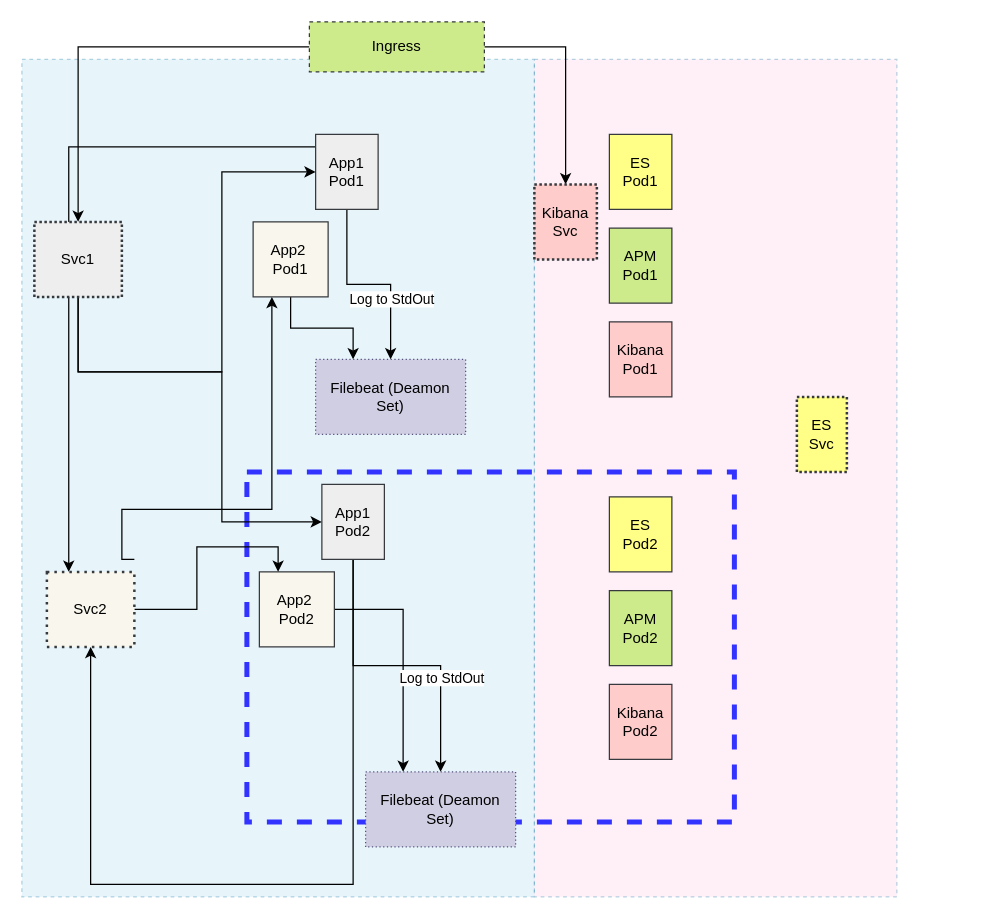
geoaxis/local-elastic-stack keeps this draw.io diagram as Untitled Diagram.drawio. Above is the earlier version. Source tidied: cells renumbered, new cells numbered last; positions are measured from the earlier drawing's top-left corner, leaving out a move shared by most shapes. Both pictures are drawn from the tidied source at 125%, with x=0, y=0 at pixel (21, 21).
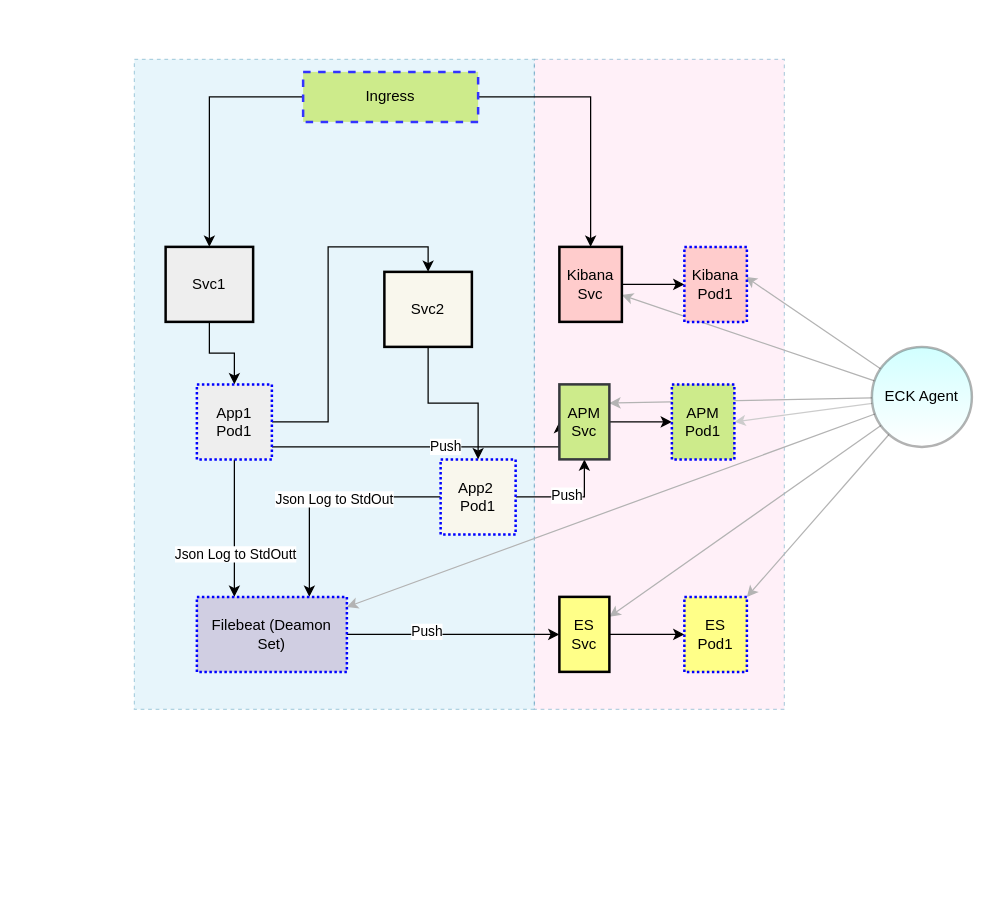
The same diagram, later.

The edit, as a diff of the source:
```diff
@@
     <mxCell id="2" style="rounded=0;whiteSpace=wrap;html=1;dashed=1;strokeColor=#10739e;opacity=30;fillColor=#FFCCE6;" parent="1" vertex="1">
-      <mxGeometry x="410" y="30" width="290" height="670" as="geometry" />
+      <mxGeometry x="410" y="30" width="200" height="520" as="geometry" />
     </mxCell>
     <mxCell id="3" style="rounded=0;whiteSpace=wrap;html=1;dashed=1;fillColor=#b1ddf0;strokeColor=#10739e;opacity=30;" parent="1" vertex="1">
-      <mxGeometry y="30" width="410" height="670" as="geometry" />
+      <mxGeometry x="90" y="30" width="320" height="520" as="geometry" />
     </mxCell>
-    <mxCell id="4" style="rounded=0;whiteSpace=wrap;html=1;dashed=1;fillColor=none;strokeWidth=4;strokeColor=#3333FF;" parent="1" vertex="1">
-      <mxGeometry x="180" y="360" width="390" height="280" as="geometry" />
-    </mxCell>
-    <mxCell id="5" style="edgeStyle=orthogonalEdgeStyle;rounded=0;jettySize=auto;html=1;entryX=0.25;entryY=0;entryDx=0;entryDy=0;" parent="1" edge="1" source="6" target="27">
-      <mxGeometry relative="1" as="geometry" />
-    </mxCell>
-    <mxCell id="6" value="App2&amp;nbsp;&lt;br&gt;Pod2" style="rounded=0;whiteSpace=wrap;html=1;fillColor=#f9f7ed;strokeColor=#36393d;" parent="1" vertex="1">
-      <mxGeometry x="190" y="440" width="60" height="60" as="geometry" />
-    </mxCell>
-    <mxCell id="7" style="edgeStyle=orthogonalEdgeStyle;rounded=0;jettySize=auto;html=1;" parent="1" edge="1" source="10" target="27">
-      <mxGeometry relative="1" as="geometry" />
-    </mxCell>
-    <mxCell id="8" value="Log to StdOut" style="edgeLabel;html=1;align=center;verticalAlign=middle;" parent="7" vertex="1">
-      <mxGeometry x="0.37" relative="1" as="geometry" />
-    </mxCell>
-    <mxCell id="9" style="edgeStyle=orthogonalEdgeStyle;rounded=0;jettySize=auto;html=1;entryX=0.5;entryY=1;entryDx=0;entryDy=0;" parent="1" edge="1" source="10" target="23">
-      <mxGeometry relative="1" as="geometry">
-        <Array as="points">
-          <mxPoint x="265" y="690" />
-          <mxPoint x="55" y="690" />
-        </Array>
-      </mxGeometry>
-    </mxCell>
-    <mxCell id="10" value="App1&lt;br&gt;Pod2" style="rounded=0;whiteSpace=wrap;html=1;fillColor=#eeeeee;strokeColor=#36393d;" parent="1" vertex="1">
-      <mxGeometry x="240" y="370" width="50" height="60" as="geometry" />
-    </mxCell>
-    <mxCell id="11" style="edgeStyle=orthogonalEdgeStyle;rounded=0;jettySize=auto;html=1;entryX=0.25;entryY=0;entryDx=0;entryDy=0;" parent="1" edge="1" source="12" target="13">
+    <mxCell id="11" style="edgeStyle=orthogonalEdgeStyle;rounded=0;jettySize=auto;html=1;entryX=0.75;entryY=0;entryDx=0;entryDy=0;" parent="1" edge="1" source="12" target="13">
       <mxGeometry relative="1" as="geometry" />
     </mxCell>
+    <mxCell id="36" value="Json Log to StdOut" style="edgeLabel;html=1;align=center;verticalAlign=middle;" parent="11" vertex="1">
+      <mxGeometry x="-0.07" y="1" relative="1" as="geometry" />
+    </mxCell>
+    <mxCell id="37" style="edgeStyle=orthogonalEdgeStyle;rounded=0;jettySize=auto;html=1;entryX=0.5;entryY=1;entryDx=0;entryDy=0;" parent="1" edge="1" source="12" target="55">
+      <mxGeometry relative="1" as="geometry" />
+    </mxCell>
+    <mxCell id="38" value="Push" style="edgeLabel;html=1;align=center;verticalAlign=middle;" parent="37" vertex="1">
+      <mxGeometry x="-0.05" y="2" relative="1" as="geometry" />
+    </mxCell>
-    <mxCell id="12" value="App2&amp;nbsp;&lt;br&gt;Pod1" style="rounded=0;whiteSpace=wrap;html=1;fillColor=#f9f7ed;strokeColor=#36393d;" parent="1" vertex="1">
-      <mxGeometry x="185" y="160" width="60" height="60" as="geometry" />
+    <mxCell id="12" value="App2&amp;nbsp;&lt;br&gt;Pod1" style="rounded=0;whiteSpace=wrap;html=1;fillColor=#f9f7ed;strokeColor=#0000FF;dashed=1;strokeWidth=2;dashPattern=1 1;" parent="1" vertex="1">
+      <mxGeometry x="335" y="350" width="60" height="60" as="geometry" />
     </mxCell>
+    <mxCell id="39" style="edgeStyle=orthogonalEdgeStyle;rounded=0;jettySize=auto;html=1;exitX=1;exitY=0.5;exitDx=0;exitDy=0;entryX=0;entryY=0.5;entryDx=0;entryDy=0;" parent="1" edge="1" source="13" target="35">
+      <mxGeometry relative="1" as="geometry" />
+    </mxCell>
+    <mxCell id="40" value="Push" style="edgeLabel;html=1;align=center;verticalAlign=middle;" parent="39" vertex="1">
+      <mxGeometry x="-0.26" y="3" relative="1" as="geometry" />
+    </mxCell>
-    <mxCell id="13" value="Filebeat (Deamon Set)" style="rounded=0;whiteSpace=wrap;html=1;dashed=1;dashPattern=1 2;fillColor=#d0cee2;strokeColor=#56517e;" parent="1" vertex="1">
-      <mxGeometry x="235" y="270" width="120" height="60" as="geometry" />
+    <mxCell id="13" value="Filebeat (Deamon Set)" style="rounded=0;whiteSpace=wrap;html=1;dashed=1;fillColor=#d0cee2;strokeColor=#0000FF;strokeWidth=2;dashPattern=1 1;" parent="1" vertex="1">
+      <mxGeometry x="140" y="460" width="120" height="60" as="geometry" />
     </mxCell>
-    <mxCell id="14" style="edgeStyle=orthogonalEdgeStyle;rounded=0;jettySize=auto;html=1;" parent="1" edge="1" source="17" target="13">
+    <mxCell id="14" style="edgeStyle=orthogonalEdgeStyle;rounded=0;jettySize=auto;html=1;entryX=0.25;entryY=0;entryDx=0;entryDy=0;exitX=0.5;exitY=1;exitDx=0;exitDy=0;" parent="1" edge="1" source="17" target="13">
       <mxGeometry relative="1" as="geometry" />
     </mxCell>
-    <mxCell id="15" value="Log to StdOut" style="edgeLabel;html=1;align=center;verticalAlign=middle;" parent="14" vertex="1">
+    <mxCell id="15" value="Json Log to StdOutt" style="edgeLabel;html=1;align=center;verticalAlign=middle;" parent="14" vertex="1">
       <mxGeometry x="0.37" relative="1" as="geometry" />
     </mxCell>
+    <mxCell id="41" style="edgeStyle=orthogonalEdgeStyle;rounded=0;jettySize=auto;html=1;entryX=0;entryY=0.5;entryDx=0;entryDy=0;" parent="1" edge="1" source="17" target="55">
+      <mxGeometry relative="1" as="geometry">
+        <Array as="points">
+          <mxPoint x="430" y="340" />
+        </Array>
+      </mxGeometry>
+    </mxCell>
+    <mxCell id="42" value="Push" style="edgeLabel;html=1;align=center;verticalAlign=middle;" parent="41" vertex="1">
+      <mxGeometry x="0.1" y="1" relative="1" as="geometry" />
+    </mxCell>
-    <mxCell id="16" style="edgeStyle=orthogonalEdgeStyle;rounded=0;jettySize=auto;html=1;entryX=0.25;entryY=0;entryDx=0;entryDy=0;" parent="1" edge="1" source="17" target="23">
-      <mxGeometry relative="1" as="geometry">
-        <Array as="points">
-          <mxPoint x="38" y="100" />
-        </Array>
-      </mxGeometry>
+    <mxCell id="16" style="edgeStyle=orthogonalEdgeStyle;rounded=0;jettySize=auto;html=1;entryX=0.5;entryY=0;entryDx=0;entryDy=0;" parent="1" edge="1" source="17" target="23">
+      <mxGeometry relative="1" as="geometry" />
     </mxCell>
-    <mxCell id="17" value="App1&lt;br&gt;Pod1" style="rounded=0;whiteSpace=wrap;html=1;fillColor=#eeeeee;strokeColor=#36393d;" parent="1" vertex="1">
-      <mxGeometry x="235" y="90" width="50" height="60" as="geometry" />
+    <mxCell id="17" value="App1&lt;br&gt;Pod1" style="rounded=0;whiteSpace=wrap;html=1;fillColor=#eeeeee;strokeColor=#0000FF;dashed=1;strokeWidth=2;dashPattern=1 1;" parent="1" vertex="1">
+      <mxGeometry x="140" y="290" width="60" height="60" as="geometry" />
     </mxCell>
-    <mxCell id="18" style="edgeStyle=orthogonalEdgeStyle;rounded=0;jettySize=auto;html=1;entryX=0;entryY=0.5;entryDx=0;entryDy=0;" parent="1" edge="1" source="20" target="17">
-      <mxGeometry relative="1" as="geometry">
-        <Array as="points">
-          <mxPoint x="160" y="280" />
-          <mxPoint x="160" y="120" />
-        </Array>
-      </mxGeometry>
+    <mxCell id="18" style="edgeStyle=orthogonalEdgeStyle;rounded=0;jettySize=auto;html=1;" parent="1" edge="1" source="20" target="17">
+      <mxGeometry relative="1" as="geometry" />
     </mxCell>
-    <mxCell id="19" style="edgeStyle=orthogonalEdgeStyle;rounded=0;jettySize=auto;html=1;entryX=0;entryY=0.5;entryDx=0;entryDy=0;" parent="1" edge="1" source="20" target="10">
-      <mxGeometry relative="1" as="geometry">
-        <Array as="points">
-          <mxPoint x="160" y="280" />
-          <mxPoint x="160" y="400" />
-        </Array>
-      </mxGeometry>
-    </mxCell>
-    <mxCell id="20" value="Svc1" style="rounded=0;whiteSpace=wrap;html=1;dashed=1;fillColor=#eeeeee;strokeColor=#36393d;strokeWidth=2;dashPattern=1 1;" parent="1" vertex="1">
-      <mxGeometry x="10" y="160" width="70" height="60" as="geometry" />
+    <mxCell id="20" value="Svc1" style="rounded=0;whiteSpace=wrap;html=1;fillColor=#eeeeee;strokeWidth=2;" parent="1" vertex="1">
+      <mxGeometry x="115" y="180" width="70" height="60" as="geometry" />
     </mxCell>
-    <mxCell id="21" style="edgeStyle=orthogonalEdgeStyle;rounded=0;jettySize=auto;html=1;entryX=0.25;entryY=0;entryDx=0;entryDy=0;" parent="1" edge="1" source="23" target="6">
-      <mxGeometry relative="1" as="geometry" />
-    </mxCell>
-    <mxCell id="22" style="edgeStyle=orthogonalEdgeStyle;rounded=0;jettySize=auto;html=1;entryX=0.25;entryY=1;entryDx=0;entryDy=0;" parent="1" edge="1" target="12">
-      <mxGeometry relative="1" as="geometry">
-        <mxPoint x="90" y="430" as="sourcePoint" />
-        <Array as="points">
-          <mxPoint x="80" y="430" />
-          <mxPoint x="80" y="390" />
-          <mxPoint x="200" y="390" />
-        </Array>
-      </mxGeometry>
-    </mxCell>
+    <mxCell id="43" style="edgeStyle=orthogonalEdgeStyle;rounded=0;jettySize=auto;html=1;" parent="1" edge="1" source="23" target="12">
+      <mxGeometry relative="1" as="geometry" />
+    </mxCell>
-    <mxCell id="23" value="Svc2" style="rounded=0;whiteSpace=wrap;html=1;dashed=1;fillColor=#f9f7ed;strokeColor=#36393d;strokeWidth=2;dashPattern=1 2;" parent="1" vertex="1">
-      <mxGeometry x="20" y="440" width="70" height="60" as="geometry" />
+    <mxCell id="23" value="Svc2" style="rounded=0;whiteSpace=wrap;html=1;fillColor=#f9f7ed;strokeWidth=2;" parent="1" vertex="1">
+      <mxGeometry x="290" y="200" width="70" height="60" as="geometry" />
     </mxCell>
@@
-    <mxCell id="26" value="Ingress" style="rounded=0;whiteSpace=wrap;html=1;dashed=1;fillColor=#cdeb8b;strokeColor=#36393d;" parent="1" vertex="1">
-      <mxGeometry x="230" width="140" height="40" as="geometry" />
+    <mxCell id="26" value="Ingress" style="rounded=0;whiteSpace=wrap;html=1;dashed=1;fillColor=#cdeb8b;strokeColor=#3333FF;strokeWidth=2;" parent="1" vertex="1">
+      <mxGeometry x="225" y="40" width="140" height="40" as="geometry" />
     </mxCell>
-    <mxCell id="27" value="Filebeat (Deamon Set)" style="rounded=0;whiteSpace=wrap;html=1;dashed=1;dashPattern=1 2;fillColor=#d0cee2;strokeColor=#56517e;" parent="1" vertex="1">
-      <mxGeometry x="275" y="600" width="120" height="60" as="geometry" />
-    </mxCell>
+    <mxCell id="44" style="edgeStyle=orthogonalEdgeStyle;rounded=0;jettySize=auto;html=1;entryX=0;entryY=0.5;entryDx=0;entryDy=0;" parent="1" edge="1" source="34" target="30">
+      <mxGeometry relative="1" as="geometry" />
+    </mxCell>
+    <mxCell id="45" style="edgeStyle=orthogonalEdgeStyle;rounded=0;jettySize=auto;html=1;entryX=0;entryY=0.5;entryDx=0;entryDy=0;" parent="1" edge="1" source="35" target="28">
+      <mxGeometry relative="1" as="geometry" />
+    </mxCell>
+    <mxCell id="46" style="edgeStyle=orthogonalEdgeStyle;rounded=0;jettySize=auto;html=1;entryX=0;entryY=0.5;entryDx=0;entryDy=0;" parent="1" edge="1" source="55" target="29">
+      <mxGeometry relative="1" as="geometry" />
+    </mxCell>
+    <mxCell id="47" style="edgeStyle=none;rounded=0;jettySize=auto;html=1;strokeColor=#B3B3B3;" parent="1" edge="1" source="54" target="34">
+      <mxGeometry relative="1" as="geometry" />
+    </mxCell>
+    <mxCell id="48" style="edgeStyle=none;rounded=0;jettySize=auto;html=1;entryX=0.98;entryY=0.4;entryDx=0;entryDy=0;entryPerimeter=0;strokeColor=#B3B3B3;" parent="1" edge="1" source="54" target="30">
+      <mxGeometry relative="1" as="geometry" />
+    </mxCell>
+    <mxCell id="49" style="edgeStyle=none;rounded=0;jettySize=auto;html=1;entryX=1;entryY=0.5;entryDx=0;entryDy=0;strokeColor=#CCCCCC;" parent="1" edge="1" source="54" target="29">
+      <mxGeometry relative="1" as="geometry" />
+    </mxCell>
+    <mxCell id="50" style="edgeStyle=none;rounded=0;jettySize=auto;html=1;entryX=1;entryY=0.25;entryDx=0;entryDy=0;strokeColor=#B3B3B3;" parent="1" edge="1" source="54" target="55">
+      <mxGeometry relative="1" as="geometry" />
+    </mxCell>
+    <mxCell id="51" style="edgeStyle=none;rounded=0;jettySize=auto;html=1;strokeColor=#B3B3B3;" parent="1" edge="1" source="54" target="35">
+      <mxGeometry relative="1" as="geometry" />
+    </mxCell>
+    <mxCell id="52" style="edgeStyle=none;rounded=0;jettySize=auto;html=1;strokeColor=#B3B3B3;" parent="1" edge="1" source="54" target="13">
+      <mxGeometry relative="1" as="geometry" />
+    </mxCell>
+    <mxCell id="53" style="edgeStyle=none;rounded=0;jettySize=auto;html=1;entryX=1;entryY=0;entryDx=0;entryDy=0;strokeColor=#B3B3B3;" parent="1" edge="1" source="54" target="28">
+      <mxGeometry relative="1" as="geometry" />
+    </mxCell>
+    <mxCell id="54" value="ECK Agent" style="ellipse;whiteSpace=wrap;html=1;strokeColor=#000000;strokeWidth=2;gradientColor=#ffffff;opacity=30;fillColor=#66FFFF;" parent="1" vertex="1">
+      <mxGeometry x="680" y="260" width="80" height="80" as="geometry" />
+    </mxCell>
-    <mxCell id="28" value="ES&lt;br&gt;Pod1" style="rounded=0;whiteSpace=wrap;html=1;fillColor=#ffff88;strokeColor=#36393d;" parent="1" vertex="1">
-      <mxGeometry x="470" y="90" width="50" height="60" as="geometry" />
+    <mxCell id="28" value="ES&lt;br&gt;Pod1" style="rounded=0;whiteSpace=wrap;html=1;fillColor=#ffff88;strokeColor=#0000FF;dashed=1;strokeWidth=2;dashPattern=1 1;" parent="1" vertex="1">
+      <mxGeometry x="530" y="460" width="50" height="60" as="geometry" />
     </mxCell>
-    <mxCell id="29" value="APM&lt;br&gt;Pod1" style="rounded=0;whiteSpace=wrap;html=1;fillColor=#cdeb8b;strokeColor=#36393d;" parent="1" vertex="1">
-      <mxGeometry x="470" y="165" width="50" height="60" as="geometry" />
+    <mxCell id="29" value="APM&lt;br&gt;Pod1" style="rounded=0;whiteSpace=wrap;html=1;fillColor=#cdeb8b;strokeColor=#0000FF;dashed=1;strokeWidth=2;dashPattern=1 1;" parent="1" vertex="1">
+      <mxGeometry x="520" y="290" width="50" height="60" as="geometry" />
     </mxCell>
-    <mxCell id="30" value="Kibana&lt;br&gt;Pod1" style="rounded=0;whiteSpace=wrap;html=1;fillColor=#ffcccc;strokeColor=#36393d;" parent="1" vertex="1">
-      <mxGeometry x="470" y="240" width="50" height="60" as="geometry" />
+    <mxCell id="30" value="Kibana&lt;br&gt;Pod1" style="rounded=0;whiteSpace=wrap;html=1;fillColor=#ffcccc;strokeColor=#0000FF;dashed=1;strokeWidth=2;dashPattern=1 1;" parent="1" vertex="1">
+      <mxGeometry x="530" y="180" width="50" height="60" as="geometry" />
     </mxCell>
-    <mxCell id="31" value="ES&lt;br&gt;Pod2" style="rounded=0;whiteSpace=wrap;html=1;fillColor=#ffff88;strokeColor=#36393d;" parent="1" vertex="1">
-      <mxGeometry x="470" y="380" width="50" height="60" as="geometry" />
-    </mxCell>
-    <mxCell id="32" value="APM&lt;br&gt;Pod2" style="rounded=0;whiteSpace=wrap;html=1;fillColor=#cdeb8b;strokeColor=#36393d;" parent="1" vertex="1">
-      <mxGeometry x="470" y="455" width="50" height="60" as="geometry" />
-    </mxCell>
-    <mxCell id="33" value="Kibana&lt;br&gt;Pod2" style="rounded=0;whiteSpace=wrap;html=1;fillColor=#ffcccc;strokeColor=#36393d;" parent="1" vertex="1">
-      <mxGeometry x="470" y="530" width="50" height="60" as="geometry" />
-    </mxCell>
-    <mxCell id="34" value="Kibana&lt;br&gt;Svc" style="rounded=0;whiteSpace=wrap;html=1;fillColor=#ffcccc;strokeColor=#36393d;dashed=1;dashPattern=1 1;strokeWidth=2;" parent="1" vertex="1">
-      <mxGeometry x="410" y="130" width="50" height="60" as="geometry" />
+    <mxCell id="34" value="Kibana&lt;br&gt;Svc" style="rounded=0;whiteSpace=wrap;html=1;fillColor=#ffcccc;strokeWidth=2;" parent="1" vertex="1">
+      <mxGeometry x="430" y="180" width="50" height="60" as="geometry" />
     </mxCell>
-    <mxCell id="35" value="ES Svc" style="rounded=0;whiteSpace=wrap;html=1;dashed=1;fillColor=#ffff88;strokeColor=#36393d;dashPattern=1 1;strokeWidth=2;" parent="1" vertex="1">
-      <mxGeometry x="620" y="300" width="40" height="60" as="geometry" />
+    <mxCell id="35" value="ES Svc" style="rounded=0;whiteSpace=wrap;html=1;fillColor=#ffff88;strokeWidth=2;" parent="1" vertex="1">
+      <mxGeometry x="430" y="460" width="40" height="60" as="geometry" />
     </mxCell>
+    <mxCell id="55" value="APM&lt;br&gt;Svc" style="rounded=0;whiteSpace=wrap;html=1;fillColor=#cdeb8b;strokeWidth=2;strokeColor=#36393d;" parent="1" vertex="1">
+      <mxGeometry x="430" y="290" width="40" height="60" as="geometry" />
+    </mxCell>
```
